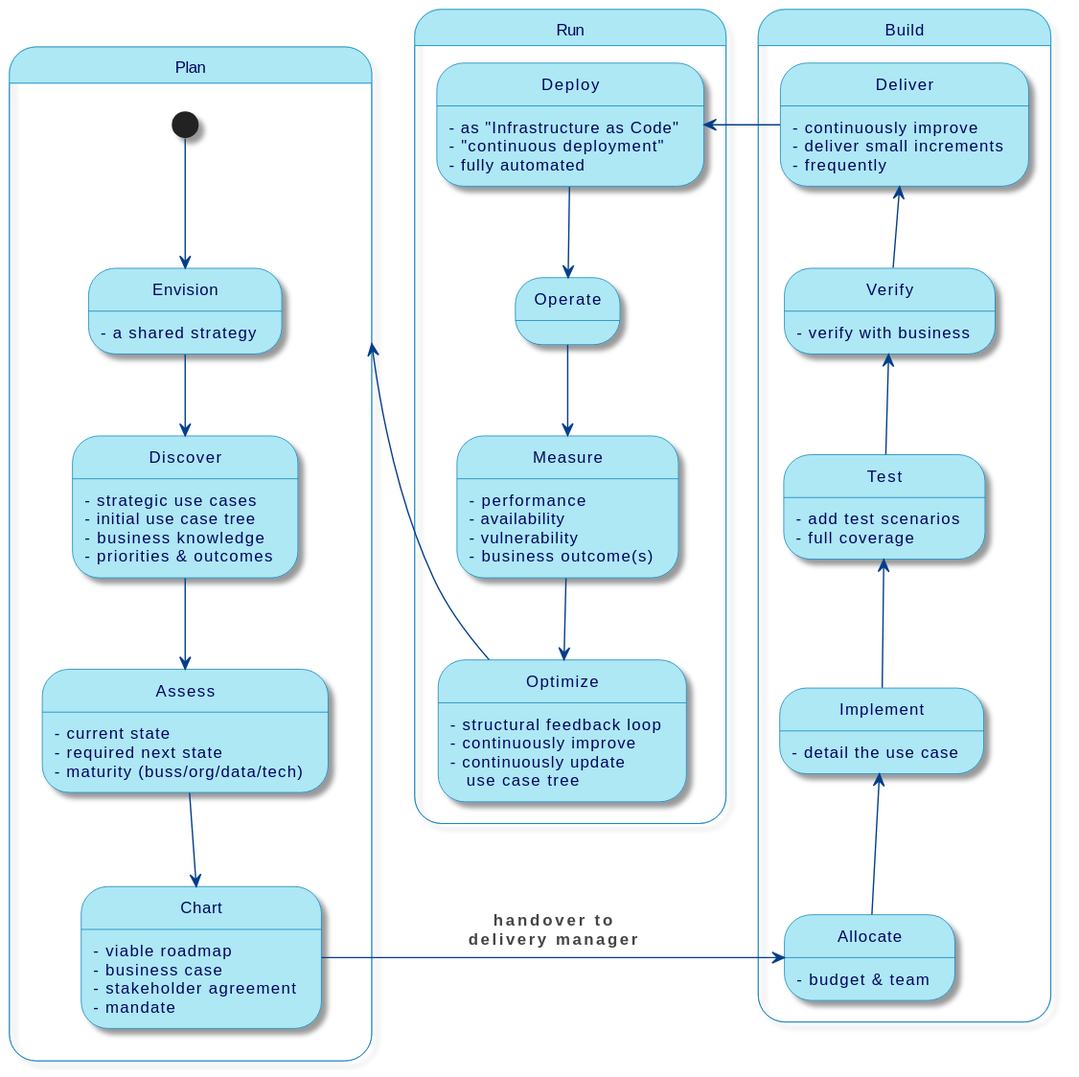
The PlantUML diagram diagrams/out/process.svg in EKGF/ekg-method, before a commit. Its diagram source:
```plantuml
@startuml
!define BG_MAIN_COLOR      #66BCF0
!define BG_SECONDARY_COLOR #B4BCBE
!define BG_PACKAGE_COLOR   #eeb291
!define BORDER_COLOR       #444444
!define FONT_COLOR         #444444

skinparam backgroundColor #white

!define BORDER_THICKNESS 1

skinparam Padding 4
skinparam RoundCorner 40
skinparam Shadowing true
skinparam HyperlinkUnderline false
skinparam handwritten false

skinparam Default {
FontColor FONT_COLOR
FontSize 12
}

skinparam Arrow {
Color FONT_COLOR
FontColor FONT_COLOR
FontStyle Bold
}

skinparam package {
FontColor FONT_COLOR
BackgroundColor BG_MAIN_COLOR
BorderColor BORDER_COLOR
}
skinparam node {
FontColor FONT_COLOR
BackgroundColor BG_PACKAGE_COLOR
BorderColor BORDER_COLOR
}
skinparam component {
BackgroundColor BG_MAIN_COLOR
BorderColor BORDER_COLOR
FontColor FONT_COLOR
Style uml2
}

skinparam database {
BackgroundColor BG_MAIN_COLOR
BorderColor BORDER_COLOR
FontColor FONT_COLOR
}

skinparam cloud {
BackgroundColor BG_MAIN_COLOR
BorderColor BORDER_COLOR
FontColor FONT_COLOR
}

skinparam collections {
BackgroundColor BG_MAIN_COLOR
BorderColor BORDER_COLOR
FontColor FONT_COLOR
}
skinparam Control {
BackgroundColor BG_MAIN_COLOR
BorderColor BORDER_COLOR
FontColor FONT_COLOR
}
skinparam Boundary {
BackgroundColor BG_MAIN_COLOR
BorderColor BORDER_COLOR
FontColor FONT_COLOR
}
skinparam Entity {
BackgroundColor BG_MAIN_COLOR
BorderColor BORDER_COLOR
FontColor FONT_COLOR
}
skinparam interface {
BackgroundColor BG_MAIN_COLOR
BorderColor BORDER_COLOR
FontColor FONT_COLOR
}
skinparam SequenceParticipantBorderThickness 3
skinparam sequence {
ParticipantBackgroundColor BG_MAIN_COLOR
ParticipantBorderColor BORDER_COLOR
ParticipantFontStyle normal
ParticipantFontColor FONT_COLOR
LifeLineBorderColor BORDER_COLOR
LifeLineBackgroundColor BG_MAIN_COLOR
ArrowColor FONT_COLOR
ArrowBorderColor BORDER_COLOR
ArrowFontColor FONT_COLOR
ArrowThickness 3
ActorBackgroundColor BG_MAIN_COLOR
ActorBorderColor BORDER_COLOR
ActorFontColor FONT_COLOR
}


skinparam rectangle<<person>> {
StereotypeFontColor FONT_COLOR
FontColor FONT_COLOR
BackgroundColor BG_MAIN_COLOR
BorderColor BORDER_COLOR
BorderThickness BORDER_THICKNESS
}

skinparam rectangle<<external_person>> {
StereotypeFontColor FONT_COLOR
FontColor FONT_COLOR
BackgroundColor BG_SECONDARY_COLOR
BorderColor BORDER_COLOR
BorderThickness BORDER_THICKNESS
}

skinparam rectangle<<system>> {
StereotypeFontColor FONT_COLOR
FontColor FONT_COLOR
BackgroundColor BG_MAIN_COLOR
BorderColor BORDER_COLOR
BorderThickness BORDER_THICKNESS
}

skinparam rectangle<<external_system>> {
StereotypeFontColor FONT_COLOR
FontColor FONT_COLOR
BackgroundColor BG_SECONDARY_COLOR
BorderColor BORDER_COLOR
BorderThickness BORDER_THICKNESS
}

skinparam database<<system>> {
StereotypeFontColor FONT_COLOR
FontColor FONT_COLOR
BackgroundColor BG_MAIN_COLOR
BorderColor BORDER_COLOR
BorderThickness BORDER_THICKNESS
}

skinparam database<<external_system>> {
StereotypeFontColor FONT_COLOR
FontColor FONT_COLOR
BackgroundColor BG_SECONDARY_COLOR
BorderColor BORDER_COLOR
BorderThickness BORDER_THICKNESS
}

skinparam rectangle<<boundary>> {
Shadowing false
StereotypeFontSize 0
BackgroundColor BG_PACKAGE_COLOR
StereotypeFontColor FONT_COLOR
FontColor FONT_COLOR
BorderColor BORDER_COLOR
BorderStyle dashed
BorderThickness BORDER_THICKNESS
}
skinparam rectangle<<container>> {
Shadowing false
StereotypeFontSize 14
BackgroundColor BG_MAIN_COLOR
StereotypeFontColor FONT_COLOR
FontColor FONT_COLOR
BorderColor BORDER_COLOR
BorderThickness BORDER_THICKNESS
}


skinparam state {
BackgroundColor #ade8f4
FontColor #03045e
AttributeFontColor #03045e
ArrowColor #023e8a
BorderColor #0077b6
}

skinparam class {
BackgroundColor #ade8f4
}

skinparam arrowThickness 1



state Plan {

[*] -down-> Envision

Envision -down-> Discover
Discover -down-> Assess
Assess -down-> Chart

Envision: - a shared strategy

Discover: - strategic use cases
Discover: - initial use case tree
Discover: - business knowledge
Discover: - priorities & outcomes

Assess: - current state
Assess: - required next state
Assess: - maturity (buss/org/data/tech)

Chart: - viable roadmap
Chart: - business case
Chart: - stakeholder agreement
Chart: - mandate
}

state Build {
Chart -> Allocate: handover to\ndelivery manager

Allocate -up-> Implement

Implement -up-> Test
Test -up-> Verify
Verify -up-> Deliver

Allocate: - budget & team

Implement: - detail the use case

Test: - add test scenarios
Test: - full coverage

Verify: - verify with business

Deliver: - continuously improve
Deliver: - deliver small increments
Deliver: - frequently
}

state Run {
Deliver -right-> Deploy
Deploy -down-> Operate
Operate -down-> Measure
Measure -down-> Optimize

Deploy: - as "Infrastructure as Code"
Deploy: - "continuous deployment"
Deploy: - fully automated

Measure: - performance
Measure: - availability
Measure: - vulnerability
Measure: - business outcome(s)

Optimize: - structural feedback loop
Optimize: - continuously improve
Optimize: - continuously update\n   use case tree
}

Optimize --up--> Plan
@enduml
```
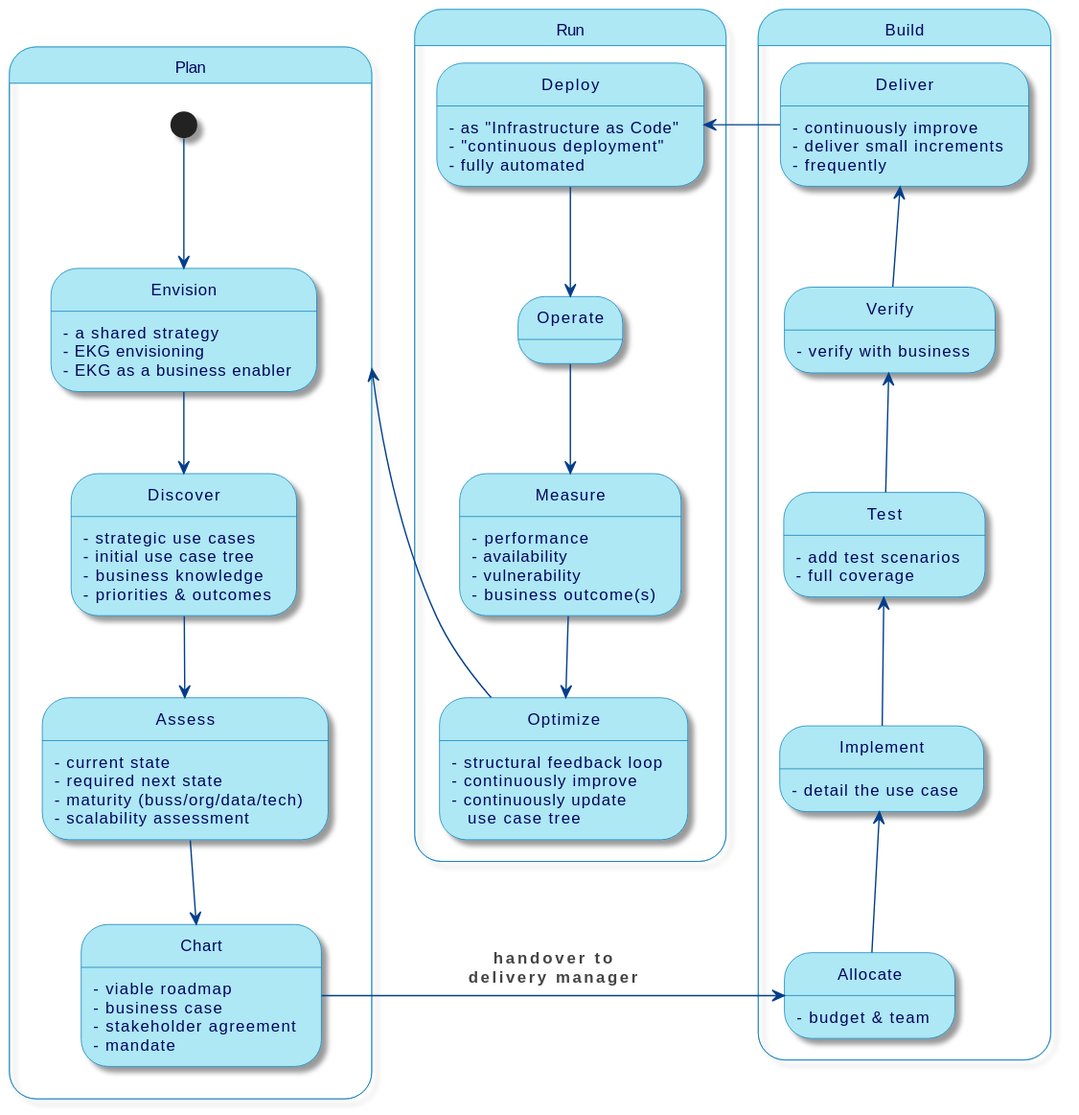
Above is the later version.

Change to the diagram source:
```diff
@@ -192,6 +192,8 @@
 Assess -down-> Chart
 
 Envision: - a shared strategy
+Envision: - EKG envisioning
+Envision: - EKG as a business enabler
 
 Discover: - strategic use cases
 Discover: - initial use case tree
@@ -201,6 +203,7 @@
 Assess: - current state
 Assess: - required next state
 Assess: - maturity (buss/org/data/tech)
+Assess: - scalability assessment
 
 Chart: - viable roadmap
 Chart: - business case
```
